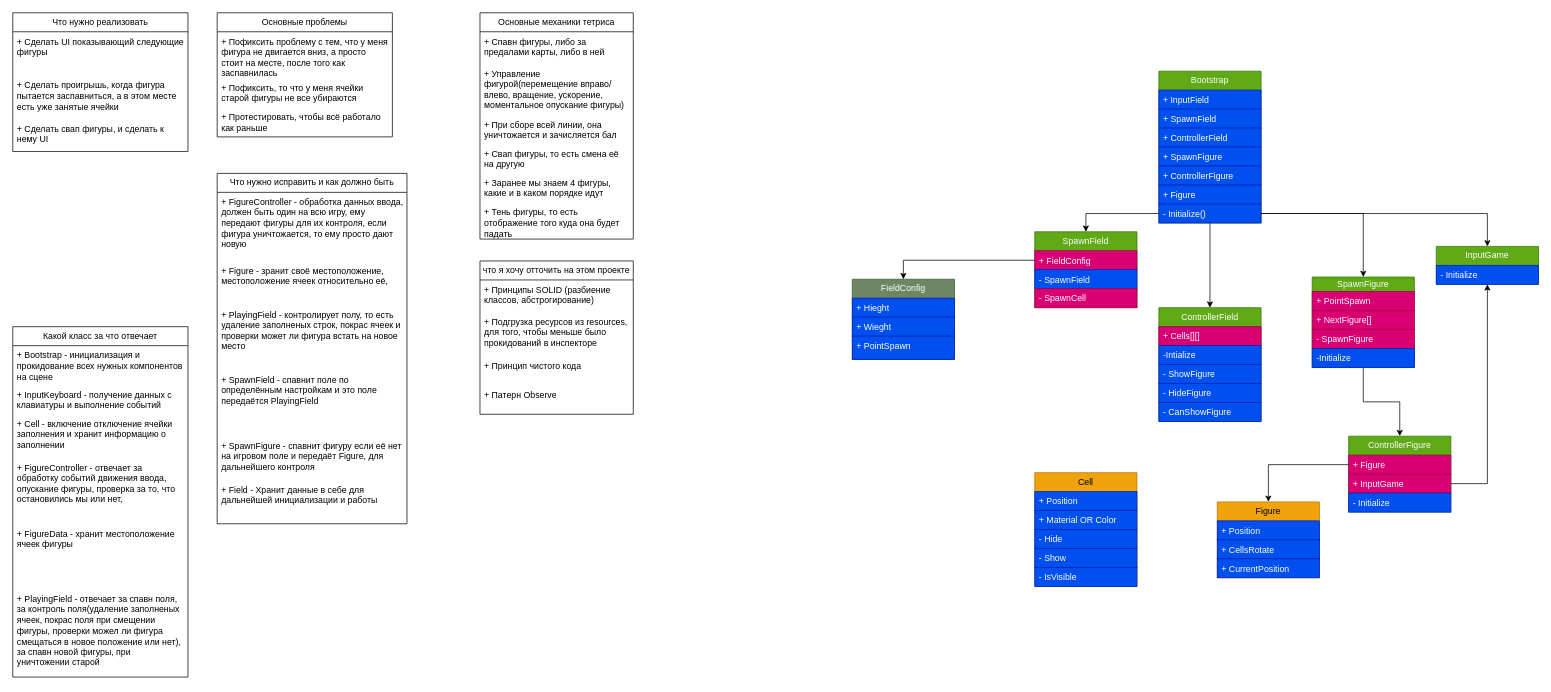
Before: TetrisGame.drawio in Bablakov/Tetris, a draw.io diagram. Source tidied: cells renumbered, new cells numbered last; positions are measured from the earlier drawing's top-left corner, leaving out a move shared by most shapes. Both pictures are drawn from the tidied source at 73%, with x=0, y=0 at pixel (12, 12).
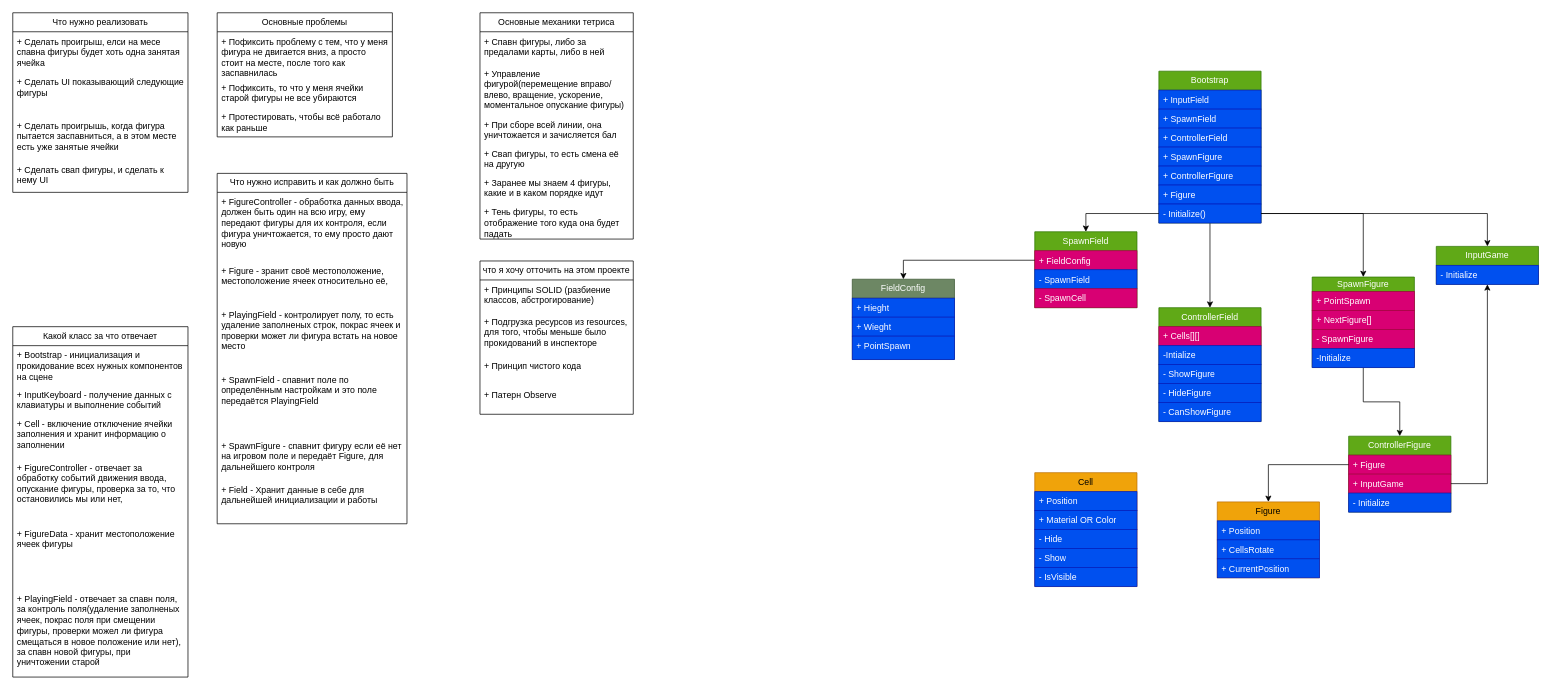
Above is the later version.

Diff of the diagram source:
```diff
@@
     <mxCell id="2" value="Что нужно реализовать" style="swimlane;fontStyle=0;horizontal=1;startSize=26;fillColor=none;whiteSpace=wrap;html=1;" parent="1" vertex="1">
-      <mxGeometry width="240" height="190" as="geometry" />
+      <mxGeometry width="240" height="246" as="geometry" />
     </mxCell>
+    <mxCell id="87" value="+ Сделать проигрыш, елси на месе спавна фигуры будет хоть одна занятая ячейка" style="text;strokeColor=none;fillColor=none;align=left;verticalAlign=top;spacingLeft=4;spacingRight=4;overflow=hidden;whiteSpace=wrap;html=1;" parent="2" vertex="1">
+      <mxGeometry y="26" width="240" height="56" as="geometry" />
+    </mxCell>
     <mxCell id="3" value="+ Сделать UI показывающий следующие фигуры" style="text;strokeColor=none;fillColor=none;align=left;verticalAlign=top;spacingLeft=4;spacingRight=4;overflow=hidden;whiteSpace=wrap;html=1;" parent="2" vertex="1">
-      <mxGeometry y="26" width="240" height="60" as="geometry" />
+      <mxGeometry y="82" width="240" height="60" as="geometry" />
     </mxCell>
     <mxCell id="4" value="+ Сделать проигрышь, когда фигура пытается заспавниться, а в этом месте есть уже занятые ячейки" style="text;strokeColor=none;fillColor=none;align=left;verticalAlign=top;spacingLeft=4;spacingRight=4;overflow=hidden;whiteSpace=wrap;html=1;" parent="2" vertex="1">
-      <mxGeometry y="86" width="240" height="60" as="geometry" />
+      <mxGeometry y="142" width="240" height="60" as="geometry" />
     </mxCell>
     <mxCell id="5" value="+ Сделать свап фигуры, и сделать к нему UI" style="text;strokeColor=none;fillColor=none;align=left;verticalAlign=top;spacingLeft=4;spacingRight=4;overflow=hidden;whiteSpace=wrap;html=1;" parent="2" vertex="1">
-      <mxGeometry y="146" width="240" height="44" as="geometry" />
+      <mxGeometry y="202" width="240" height="44" as="geometry" />
     </mxCell>
```
